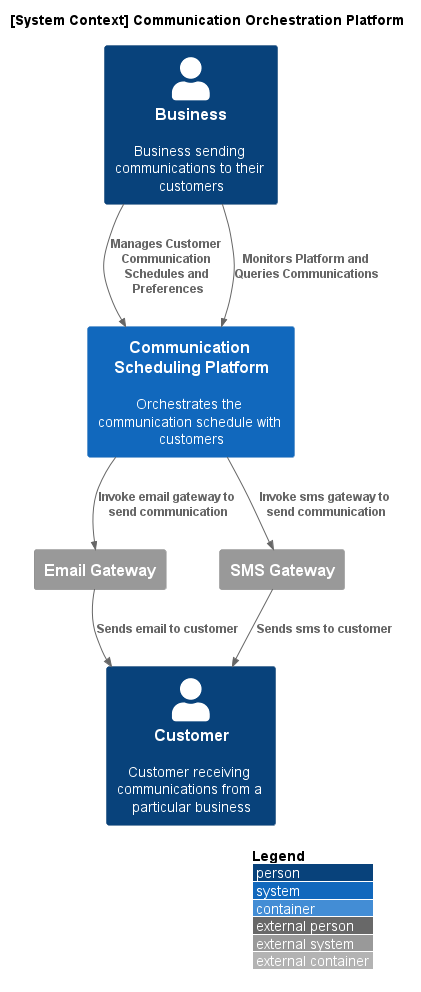
The PlantUML diagram Designs/Images/System Context/SystemContextDiagram.png in CameronWard301/communication_scheduler, before a commit. Its diagram source:
```plantuml
@startuml SystemContextDiagram
!include https://raw.githubusercontent.com/plantuml-stdlib/C4-PlantUML/master/C4_Container.puml

LAYOUT_WITH_LEGEND()

title [System Context] Communication Orchestration Platform

Person(customer, "Customer", "Customer receiving communications from a particular business")
Person(business, "Business", "Business sending communications to their customers")

System(communicationSchedulingPlatform, "Communication Scheduling Platform", "Orchestrates the communication schedule with customers")

System_Ext(email_gateway, "Email Gateway")
System_Ext(sms_gateway, "SMS Gateway")


Rel(business, communicationSchedulingPlatform, "Manages Customer Communication Schedules and Preferences")
Rel(business, communicationSchedulingPlatform, "Monitors Platform and Queries Communications")

Rel(communicationSchedulingPlatform, email_gateway, "Invoke email gateway to send communication")
Rel(communicationSchedulingPlatform, sms_gateway, "Invoke sms gateway to send communication")

Rel(email_gateway, customer, "Sends email to customer")
Rel(sms_gateway, customer, "Sends sms to customer")

@enduml
```
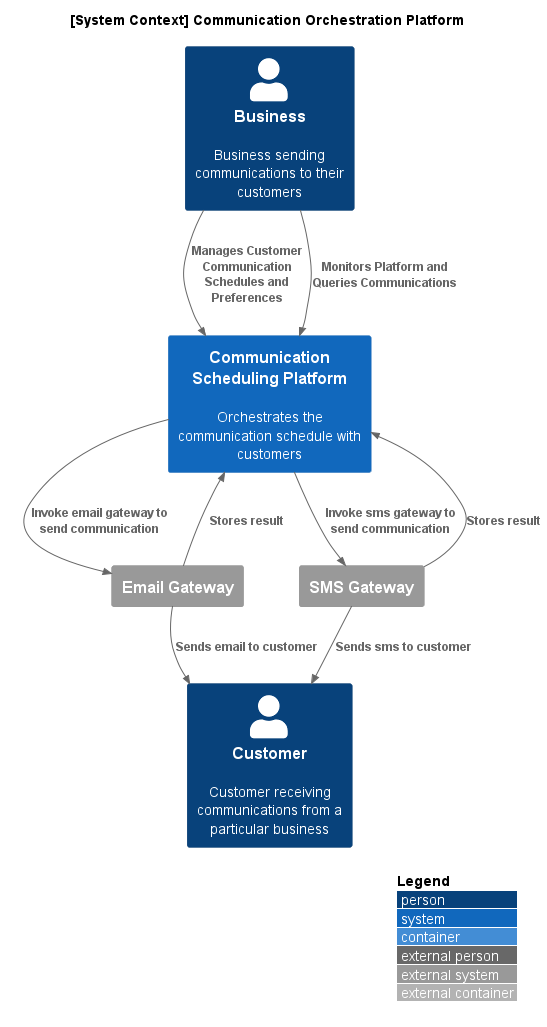
The same diagram one commit later.

Diff of the diagram source:
```diff
@@ -20,6 +20,9 @@
 Rel(communicationSchedulingPlatform, email_gateway, "Invoke email gateway to send communication")
 Rel(communicationSchedulingPlatform, sms_gateway, "Invoke sms gateway to send communication")
 
+Rel_Up(email_gateway, communicationSchedulingPlatform, "Stores result")
+Rel_Up(sms_gateway, communicationSchedulingPlatform, "Stores result")
+
 Rel(email_gateway, customer, "Sends email to customer")
 Rel(sms_gateway, customer, "Sends sms to customer")
 
```
